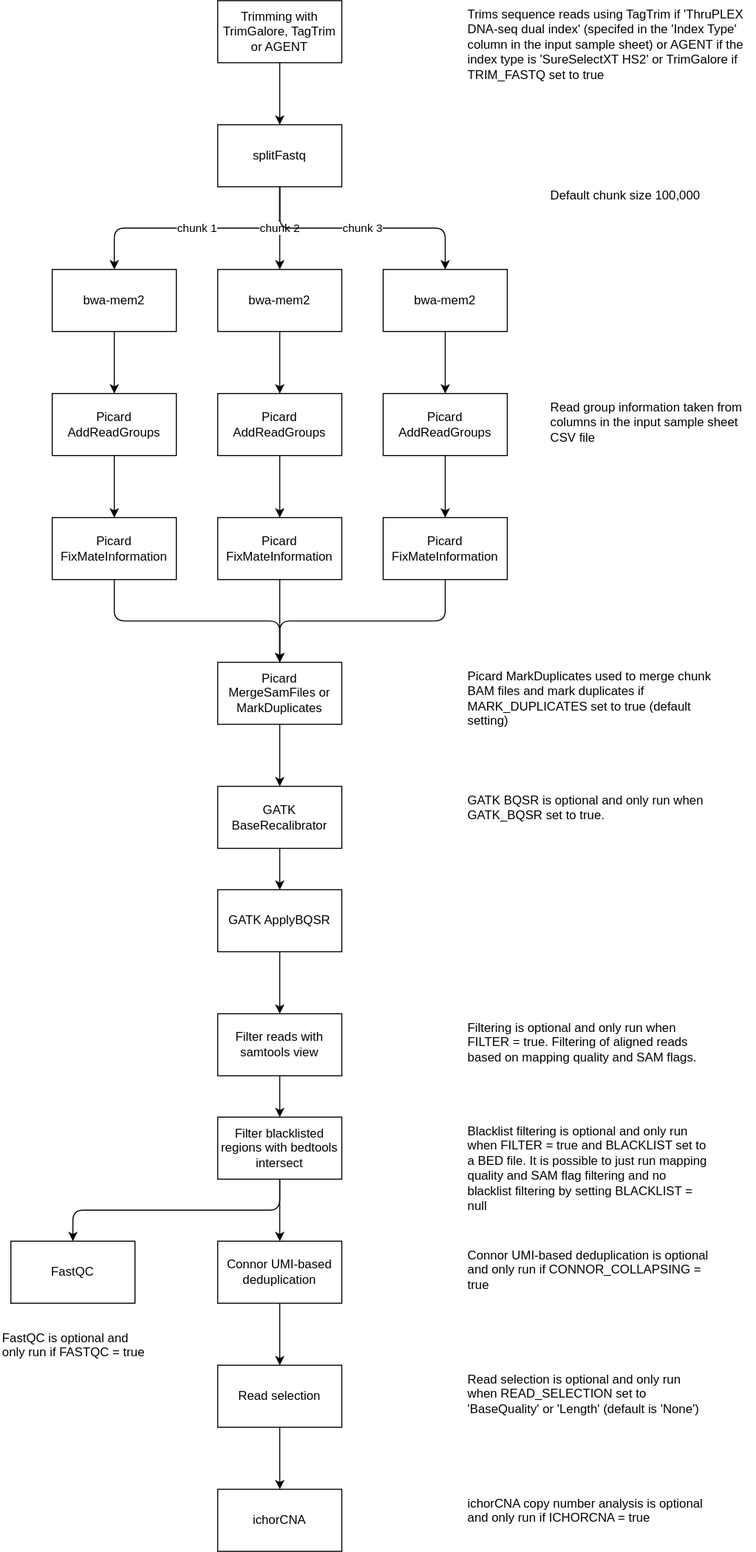
nrlab-CRUK/TAP keeps this draw.io diagram as docs/workflow.drawio.svg. Above is the earlier version. Source tidied: cells renumbered, new cells last; positions are measured from the earlier drawing's top-left corner, leaving out a move shared by most shapes. Source of this version:
```xml
<mxGraphModel>
  <root>
    <mxCell id="0" />
    <mxCell id="1" parent="0" />
    <mxCell id="2" value="chunk 1" style="edgeStyle=orthogonalEdgeStyle;html=1;exitX=0.5;exitY=1;exitDx=0;exitDy=0;entryX=0.5;entryY=0;entryDx=0;entryDy=0;rounded=1;" parent="1" edge="1" source="3" target="7">
      <mxGeometry relative="1" as="geometry" />
    </mxCell>
    <mxCell id="3" value="splitFastq" style="rounded=0;whiteSpace=wrap;html=1;" parent="1" vertex="1">
      <mxGeometry x="210" y="120" width="120" height="60" as="geometry" />
    </mxCell>
    <mxCell id="4" style="edgeStyle=none;html=1;exitX=0.5;exitY=1;exitDx=0;exitDy=0;entryX=0.5;entryY=0;entryDx=0;entryDy=0;" parent="1" edge="1" source="5" target="3">
      <mxGeometry relative="1" as="geometry" />
    </mxCell>
    <mxCell id="5" value="Trimming with&lt;br&gt;TrimGalore, TagTrim or AGENT&amp;nbsp;" style="rounded=0;whiteSpace=wrap;html=1;" parent="1" vertex="1">
      <mxGeometry x="210" width="120" height="60" as="geometry" />
    </mxCell>
    <mxCell id="6" value="Trims sequence reads using TagTrim if 'ThruPLEX DNA-seq dual index' (specifed in the 'Index Type' column in the input sample sheet) or AGENT if the index type is 'SureSelectXT HS2' or TrimGalore if TRIM_FASTQ set to true" style="text;html=1;strokeColor=none;fillColor=none;align=left;verticalAlign=top;whiteSpace=wrap;rounded=0;" parent="1" vertex="1">
      <mxGeometry x="450" width="280" height="85" as="geometry" />
    </mxCell>
    <mxCell id="7" value="bwa-mem2" style="rounded=0;whiteSpace=wrap;html=1;" parent="1" vertex="1">
      <mxGeometry x="50" y="260" width="120" height="60" as="geometry" />
    </mxCell>
    <mxCell id="8" style="edgeStyle=orthogonalEdgeStyle;rounded=1;html=1;exitX=0.5;exitY=1;exitDx=0;exitDy=0;entryX=0.5;entryY=0;entryDx=0;entryDy=0;" parent="1" edge="1" source="9" target="15">
      <mxGeometry relative="1" as="geometry" />
    </mxCell>
    <mxCell id="9" value="bwa-mem2" style="rounded=0;whiteSpace=wrap;html=1;" parent="1" vertex="1">
      <mxGeometry x="210" y="260" width="120" height="60" as="geometry" />
    </mxCell>
    <mxCell id="10" value="chunk 2" style="edgeStyle=orthogonalEdgeStyle;html=1;exitX=0.5;exitY=1;exitDx=0;exitDy=0;entryX=0.5;entryY=0;entryDx=0;entryDy=0;rounded=1;" parent="1" edge="1" source="3" target="9">
      <mxGeometry relative="1" as="geometry" />
    </mxCell>
    <mxCell id="11" style="edgeStyle=orthogonalEdgeStyle;rounded=1;html=1;exitX=0.5;exitY=1;exitDx=0;exitDy=0;entryX=0.5;entryY=0;entryDx=0;entryDy=0;" parent="1" edge="1" source="12" target="26">
      <mxGeometry relative="1" as="geometry" />
    </mxCell>
    <mxCell id="12" value="bwa-mem2" style="rounded=0;whiteSpace=wrap;html=1;" parent="1" vertex="1">
      <mxGeometry x="370" y="260" width="120" height="60" as="geometry" />
    </mxCell>
    <mxCell id="13" value="chunk 3" style="edgeStyle=orthogonalEdgeStyle;html=1;exitX=0.5;exitY=1;exitDx=0;exitDy=0;entryX=0.5;entryY=0;entryDx=0;entryDy=0;rounded=1;" parent="1" edge="1" source="3" target="12">
      <mxGeometry relative="1" as="geometry" />
    </mxCell>
    <mxCell id="14" style="edgeStyle=orthogonalEdgeStyle;rounded=1;html=1;exitX=0.5;exitY=1;exitDx=0;exitDy=0;entryX=0.5;entryY=0;entryDx=0;entryDy=0;" parent="1" edge="1" source="15" target="17">
      <mxGeometry relative="1" as="geometry" />
    </mxCell>
    <mxCell id="15" value="Picard AddReadGroups" style="rounded=0;whiteSpace=wrap;html=1;" parent="1" vertex="1">
      <mxGeometry x="210" y="380" width="120" height="60" as="geometry" />
    </mxCell>
    <mxCell id="16" style="edgeStyle=orthogonalEdgeStyle;rounded=1;html=1;exitX=0.5;exitY=1;exitDx=0;exitDy=0;" parent="1" edge="1" source="17" target="19">
      <mxGeometry relative="1" as="geometry" />
    </mxCell>
    <mxCell id="17" value="Picard FixMateInformation" style="rounded=0;whiteSpace=wrap;html=1;" parent="1" vertex="1">
      <mxGeometry x="210" y="500" width="120" height="60" as="geometry" />
    </mxCell>
    <mxCell id="18" style="edgeStyle=orthogonalEdgeStyle;rounded=1;html=1;exitX=0.5;exitY=1;exitDx=0;exitDy=0;entryX=0.5;entryY=0;entryDx=0;entryDy=0;" parent="1" edge="1" source="19" target="33">
      <mxGeometry relative="1" as="geometry" />
    </mxCell>
    <mxCell id="19" value="Picard MergeSamFiles or MarkDuplicates" style="rounded=0;whiteSpace=wrap;html=1;" parent="1" vertex="1">
      <mxGeometry x="210" y="640" width="120" height="60" as="geometry" />
    </mxCell>
    <mxCell id="20" style="edgeStyle=orthogonalEdgeStyle;rounded=1;html=1;entryX=0.5;entryY=0;entryDx=0;entryDy=0;exitX=0.5;exitY=1;exitDx=0;exitDy=0;" parent="1" edge="1" source="7" target="22">
      <mxGeometry relative="1" as="geometry" />
    </mxCell>
    <mxCell id="21" style="edgeStyle=orthogonalEdgeStyle;rounded=1;html=1;exitX=0.5;exitY=1;exitDx=0;exitDy=0;entryX=0.5;entryY=0;entryDx=0;entryDy=0;" parent="1" edge="1" source="22" target="24">
      <mxGeometry relative="1" as="geometry" />
    </mxCell>
    <mxCell id="22" value="Picard AddReadGroups" style="rounded=0;whiteSpace=wrap;html=1;" parent="1" vertex="1">
      <mxGeometry x="50" y="380" width="120" height="60" as="geometry" />
    </mxCell>
    <mxCell id="23" style="edgeStyle=orthogonalEdgeStyle;rounded=1;html=1;exitX=0.5;exitY=1;exitDx=0;exitDy=0;entryX=0.5;entryY=0;entryDx=0;entryDy=0;" parent="1" edge="1" source="24" target="19">
      <mxGeometry relative="1" as="geometry" />
    </mxCell>
    <mxCell id="24" value="Picard FixMateInformation" style="rounded=0;whiteSpace=wrap;html=1;" parent="1" vertex="1">
      <mxGeometry x="50" y="500" width="120" height="60" as="geometry" />
    </mxCell>
    <mxCell id="25" style="edgeStyle=orthogonalEdgeStyle;rounded=1;html=1;exitX=0.5;exitY=1;exitDx=0;exitDy=0;entryX=0.5;entryY=0;entryDx=0;entryDy=0;" parent="1" edge="1" source="26" target="28">
      <mxGeometry relative="1" as="geometry" />
    </mxCell>
    <mxCell id="26" value="Picard AddReadGroups" style="rounded=0;whiteSpace=wrap;html=1;" parent="1" vertex="1">
      <mxGeometry x="370" y="380" width="120" height="60" as="geometry" />
    </mxCell>
    <mxCell id="27" style="edgeStyle=orthogonalEdgeStyle;rounded=1;html=1;exitX=0.5;exitY=1;exitDx=0;exitDy=0;entryX=0.5;entryY=0;entryDx=0;entryDy=0;" parent="1" edge="1" source="28" target="19">
      <mxGeometry relative="1" as="geometry" />
    </mxCell>
    <mxCell id="28" value="Picard FixMateInformation" style="rounded=0;whiteSpace=wrap;html=1;" parent="1" vertex="1">
      <mxGeometry x="370" y="500" width="120" height="60" as="geometry" />
    </mxCell>
    <mxCell id="29" value="Default chunk size 100,000" style="text;html=1;strokeColor=none;fillColor=none;align=left;verticalAlign=top;whiteSpace=wrap;rounded=0;" parent="1" vertex="1">
      <mxGeometry x="530" y="175" width="150" height="30" as="geometry" />
    </mxCell>
    <mxCell id="30" value="Read group information taken from columns in the input sample sheet CSV file" style="text;html=1;strokeColor=none;fillColor=none;align=left;verticalAlign=top;whiteSpace=wrap;rounded=0;" parent="1" vertex="1">
      <mxGeometry x="530" y="380" width="190" height="60" as="geometry" />
    </mxCell>
    <mxCell id="31" value="Picard MarkDuplicates used to merge chunk BAM files and mark duplicates if&amp;nbsp; MARK_DUPLICATES set to true (default setting)" style="text;html=1;strokeColor=none;fillColor=none;align=left;verticalAlign=top;whiteSpace=wrap;rounded=0;" parent="1" vertex="1">
      <mxGeometry x="450" y="640" width="240" height="70" as="geometry" />
    </mxCell>
    <mxCell id="32" style="edgeStyle=orthogonalEdgeStyle;rounded=1;html=1;exitX=0.5;exitY=1;exitDx=0;exitDy=0;entryX=0.5;entryY=0;entryDx=0;entryDy=0;" parent="1" edge="1" source="33" target="35">
      <mxGeometry relative="1" as="geometry" />
    </mxCell>
    <mxCell id="33" value="GATK BaseRecalibrator" style="rounded=0;whiteSpace=wrap;html=1;" parent="1" vertex="1">
      <mxGeometry x="210" y="760" width="120" height="60" as="geometry" />
    </mxCell>
    <mxCell id="34" style="edgeStyle=orthogonalEdgeStyle;rounded=1;html=1;exitX=0.5;exitY=1;exitDx=0;exitDy=0;entryX=0.5;entryY=0;entryDx=0;entryDy=0;" parent="1" edge="1" source="35" target="38">
      <mxGeometry relative="1" as="geometry" />
    </mxCell>
    <mxCell id="35" value="GATK ApplyBQSR" style="rounded=0;whiteSpace=wrap;html=1;" parent="1" vertex="1">
      <mxGeometry x="210" y="860" width="120" height="60" as="geometry" />
    </mxCell>
    <mxCell id="36" value="GATK BQSR is optional and only run when GATK_BQSR set to true." style="text;html=1;strokeColor=none;fillColor=none;align=left;verticalAlign=top;whiteSpace=wrap;rounded=0;" parent="1" vertex="1">
      <mxGeometry x="450" y="760" width="240" height="40" as="geometry" />
    </mxCell>
    <mxCell id="37" style="edgeStyle=orthogonalEdgeStyle;rounded=1;html=1;exitX=0.5;exitY=1;exitDx=0;exitDy=0;entryX=0.5;entryY=0;entryDx=0;entryDy=0;" parent="1" edge="1" source="38" target="41">
      <mxGeometry relative="1" as="geometry" />
    </mxCell>
    <mxCell id="38" value="Filter reads with samtools view" style="rounded=0;whiteSpace=wrap;html=1;" parent="1" vertex="1">
      <mxGeometry x="210" y="980" width="120" height="60" as="geometry" />
    </mxCell>
    <mxCell id="39" style="edgeStyle=orthogonalEdgeStyle;rounded=1;html=1;exitX=0.5;exitY=1;exitDx=0;exitDy=0;entryX=0.5;entryY=0;entryDx=0;entryDy=0;" parent="1" edge="1" source="41" target="45">
      <mxGeometry relative="1" as="geometry" />
    </mxCell>
    <mxCell id="40" style="edgeStyle=orthogonalEdgeStyle;rounded=1;html=1;exitX=0.5;exitY=1;exitDx=0;exitDy=0;entryX=0.5;entryY=0;entryDx=0;entryDy=0;" parent="1" edge="1" source="41" target="47">
      <mxGeometry relative="1" as="geometry" />
    </mxCell>
    <mxCell id="41" value="Filter blacklisted regions with bedtools intersect" style="rounded=0;whiteSpace=wrap;html=1;" parent="1" vertex="1">
      <mxGeometry x="210" y="1080" width="120" height="60" as="geometry" />
    </mxCell>
    <mxCell id="42" value="Filtering is optional and only run when FILTER = true. Filtering of aligned reads based on mapping quality and SAM flags." style="text;html=1;strokeColor=none;fillColor=none;align=left;verticalAlign=top;whiteSpace=wrap;rounded=0;" parent="1" vertex="1">
      <mxGeometry x="450" y="980" width="240" height="60" as="geometry" />
    </mxCell>
    <mxCell id="43" value="Blacklist filtering is optional and only run when FILTER = true and BLACKLIST set to a BED file. It is possible to just run mapping quality and SAM flag filtering and no blacklist filtering by setting BLACKLIST = null" style="text;html=1;strokeColor=none;fillColor=none;align=left;verticalAlign=top;whiteSpace=wrap;rounded=0;" parent="1" vertex="1">
      <mxGeometry x="450" y="1080" width="240" height="90" as="geometry" />
    </mxCell>
    <mxCell id="44" style="edgeStyle=orthogonalEdgeStyle;rounded=1;html=1;exitX=0.5;exitY=1;exitDx=0;exitDy=0;entryX=0.5;entryY=0;entryDx=0;entryDy=0;" parent="1" edge="1" source="45" target="49">
      <mxGeometry relative="1" as="geometry" />
    </mxCell>
    <mxCell id="45" value="Connor UMI-based deduplication" style="rounded=0;whiteSpace=wrap;html=1;" parent="1" vertex="1">
      <mxGeometry x="210" y="1200" width="120" height="60" as="geometry" />
    </mxCell>
    <mxCell id="46" value="Connor UMI-based deduplication is optional and only run if CONNOR_COLLAPSING = true" style="text;html=1;strokeColor=none;fillColor=none;align=left;verticalAlign=top;whiteSpace=wrap;rounded=0;" parent="1" vertex="1">
      <mxGeometry x="450" y="1200" width="240" height="60" as="geometry" />
    </mxCell>
    <mxCell id="47" value="FastQC" style="rounded=0;whiteSpace=wrap;html=1;" parent="1" vertex="1">
      <mxGeometry x="10" y="1200" width="120" height="60" as="geometry" />
    </mxCell>
    <mxCell id="48" style="edgeStyle=orthogonalEdgeStyle;rounded=1;html=1;exitX=0.5;exitY=1;exitDx=0;exitDy=0;entryX=0.5;entryY=0;entryDx=0;entryDy=0;" parent="1" edge="1" source="49" target="51">
      <mxGeometry relative="1" as="geometry" />
    </mxCell>
    <mxCell id="49" value="Read selection" style="rounded=0;whiteSpace=wrap;html=1;" parent="1" vertex="1">
      <mxGeometry x="210" y="1320" width="120" height="60" as="geometry" />
    </mxCell>
    <mxCell id="50" value="Read selection is optional and only run when READ_SELECTION set to 'BaseQuality' or 'Length' (default is 'None')" style="text;html=1;strokeColor=none;fillColor=none;align=left;verticalAlign=top;whiteSpace=wrap;rounded=0;" parent="1" vertex="1">
      <mxGeometry x="450" y="1320" width="240" height="60" as="geometry" />
    </mxCell>
    <mxCell id="51" value="ichorCNA" style="rounded=0;whiteSpace=wrap;html=1;" parent="1" vertex="1">
      <mxGeometry x="210" y="1440" width="120" height="60" as="geometry" />
    </mxCell>
    <mxCell id="52" value="ichorCNA copy number analysis is optional and only run if&amp;nbsp;ICHORCNA = true" style="text;html=1;strokeColor=none;fillColor=none;align=left;verticalAlign=top;whiteSpace=wrap;rounded=0;" parent="1" vertex="1">
      <mxGeometry x="450" y="1440" width="240" height="60" as="geometry" />
    </mxCell>
    <mxCell id="53" value="FastQC is optional and only run if FASTQC = true" style="text;html=1;strokeColor=none;fillColor=none;align=left;verticalAlign=top;whiteSpace=wrap;rounded=0;" parent="1" vertex="1">
      <mxGeometry y="1280" width="140" height="60" as="geometry" />
    </mxCell>
  </root>
</mxGraphModel>
```
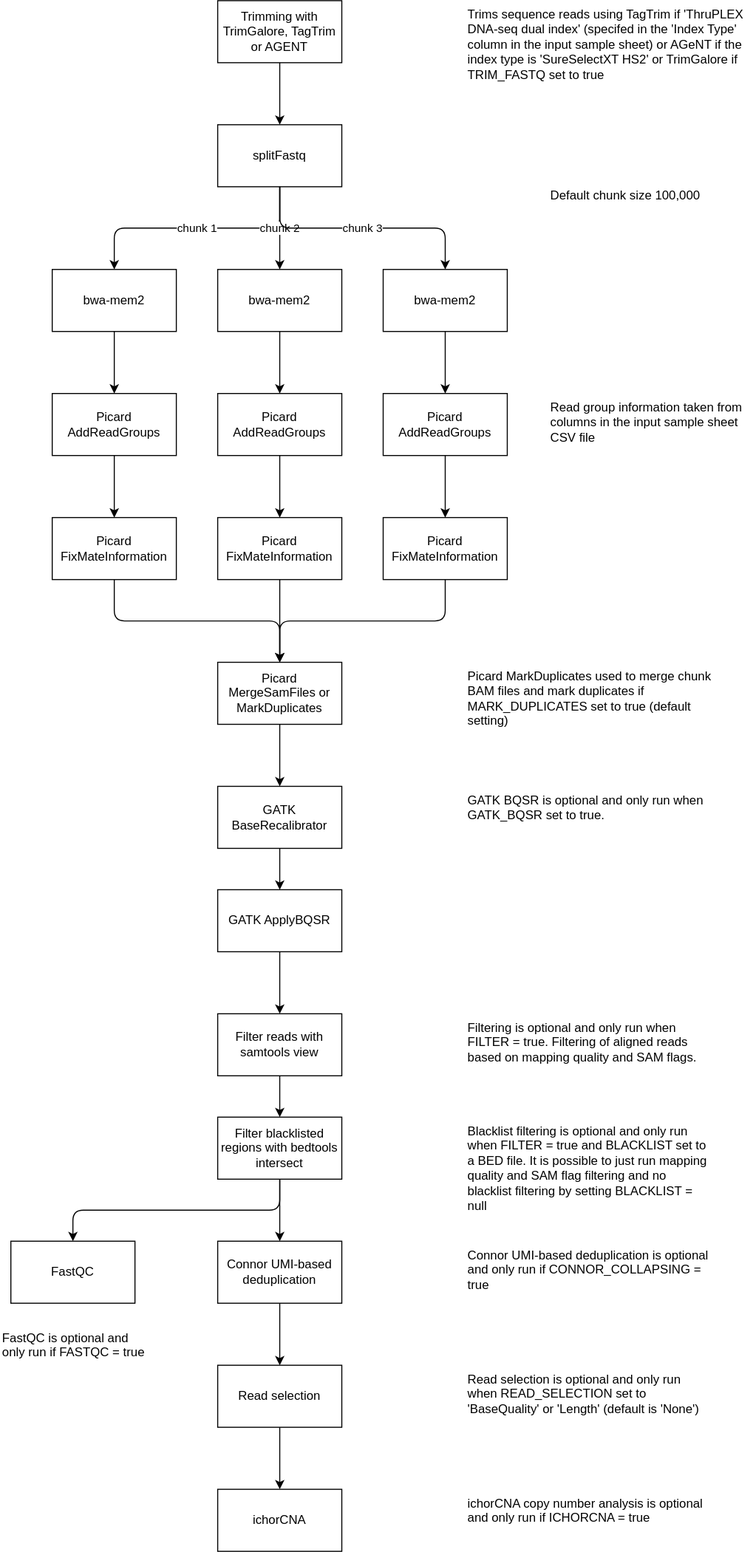
Above is the later version.

Commit message:
Added workflow diagram to quickstart guide.

Change to the diagram source:
```diff
@@ -14,7 +14,7 @@
     <mxCell id="5" value="Trimming with&lt;br&gt;TrimGalore, TagTrim or AGENT&amp;nbsp;" style="rounded=0;whiteSpace=wrap;html=1;" parent="1" vertex="1">
       <mxGeometry x="210" width="120" height="60" as="geometry" />
     </mxCell>
-    <mxCell id="6" value="Trims sequence reads using TagTrim if 'ThruPLEX DNA-seq dual index' (specifed in the 'Index Type' column in the input sample sheet) or AGENT if the index type is 'SureSelectXT HS2' or TrimGalore if TRIM_FASTQ set to true" style="text;html=1;strokeColor=none;fillColor=none;align=left;verticalAlign=top;whiteSpace=wrap;rounded=0;" parent="1" vertex="1">
+    <mxCell id="6" value="Trims sequence reads using TagTrim if 'ThruPLEX DNA-seq dual index' (specifed in the 'Index Type' column in the input sample sheet) or AGeNT if the index type is 'SureSelectXT HS2' or TrimGalore if TRIM_FASTQ set to true" style="text;html=1;strokeColor=none;fillColor=none;align=left;verticalAlign=top;whiteSpace=wrap;rounded=0;" parent="1" vertex="1">
       <mxGeometry x="450" width="280" height="85" as="geometry" />
     </mxCell>
     <mxCell id="7" value="bwa-mem2" style="rounded=0;whiteSpace=wrap;html=1;" parent="1" vertex="1">
```
